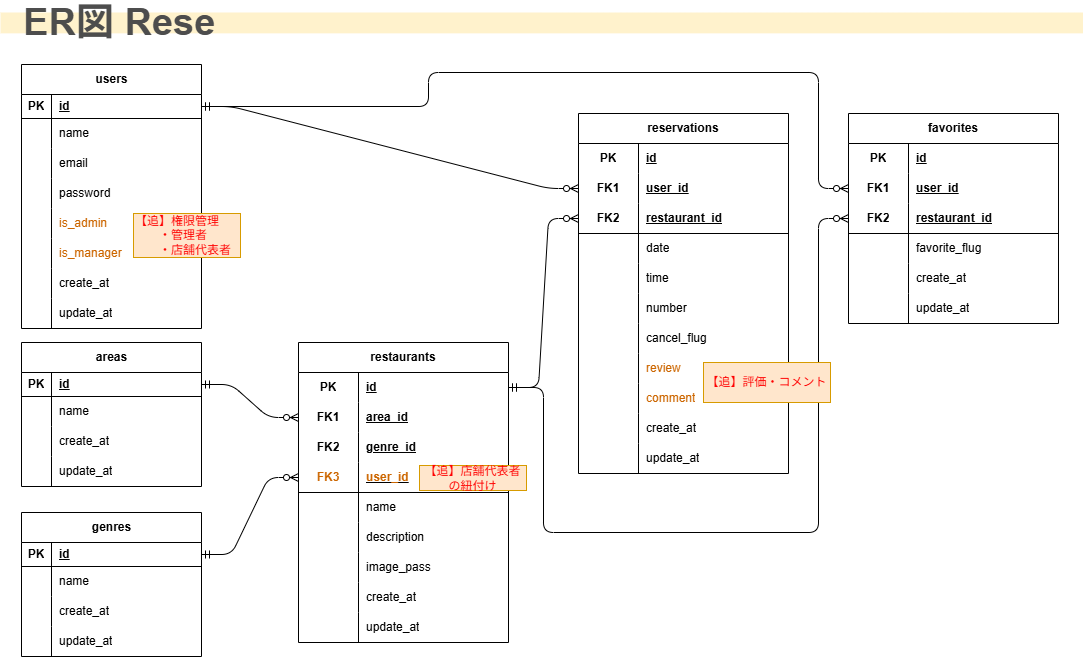
Above: ERD_Rese.drawio.png in subaru-tm/Rene (draw.io), before the change. Source tidied: cells renumbered, new cells last; positions are measured from the earlier drawing's top-left corner, leaving out a move shared by most shapes.
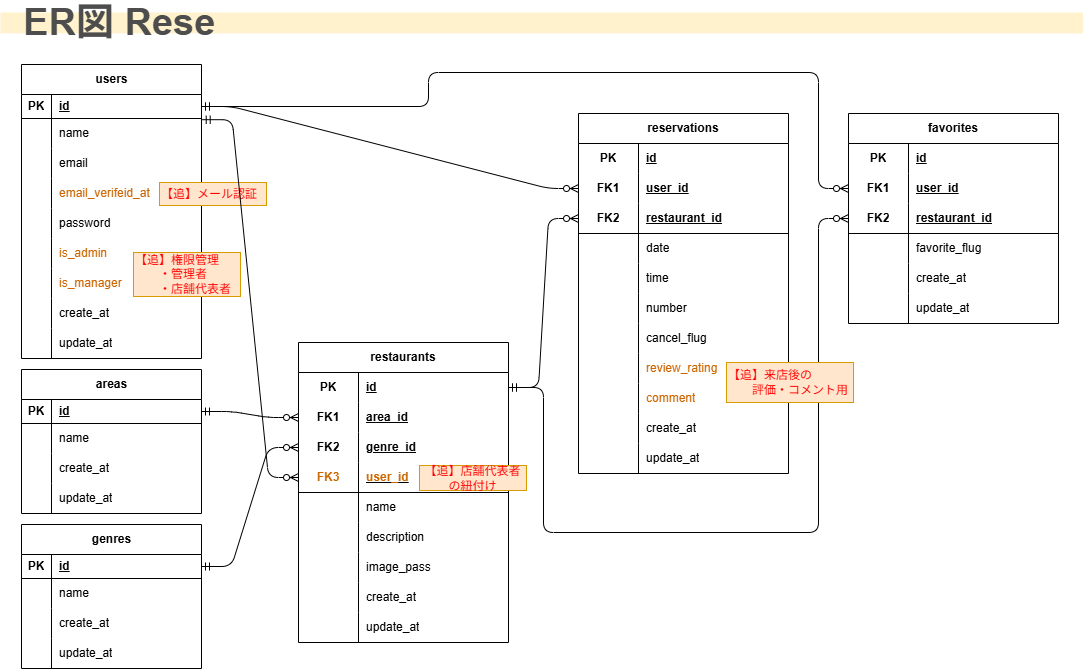
After the commit.

What changed in the source:
```diff
@@ -6,7 +6,7 @@
       <mxGeometry width="1083" height="20.8" as="geometry" />
     </mxCell>
     <mxCell id="3" value="users" style="shape=table;startSize=30;rowLines=0;fontStyle=1;align=center;html=1;fillColor=#FFFFFF;" parent="1" vertex="1">
-      <mxGeometry x="21" y="52" width="180" height="264" as="geometry" />
+      <mxGeometry x="21" y="52" width="180" height="294" as="geometry" />
     </mxCell>
     <mxCell id="4" style="shape=tableRow;horizontal=0;startSize=0;swimlaneHead=0;swimlaneBody=0;fillColor=none;points=[[0,0.5],[1,0.5]];portConstraint=eastwest;top=0;left=0;right=0;bottom=1;" parent="3" vertex="1">
       <mxGeometry y="30" width="180" height="24" as="geometry" />
@@ -35,8 +35,17 @@
     <mxCell id="12" value="email" style="shape=partialRectangle;fillColor=none;top=0;left=0;bottom=0;right=0;align=left;spacingLeft=6;overflow=hidden;whiteSpace=wrap;html=1;" parent="10" vertex="1">
       <mxGeometry x="30" width="150" height="30" as="geometry" />
     </mxCell>
+    <mxCell id="144" style="shape=tableRow;horizontal=0;startSize=0;swimlaneHead=0;swimlaneBody=0;fillColor=none;top=0;left=0;right=0;bottom=0;" parent="3" vertex="1">
+      <mxGeometry y="114" width="180" height="30" as="geometry" />
+    </mxCell>
+    <mxCell id="145" style="shape=partialRectangle;fillColor=none;top=0;left=0;bottom=0;right=0;overflow=hidden;whiteSpace=wrap;html=1;" parent="144" vertex="1">
+      <mxGeometry width="30" height="30" as="geometry" />
+    </mxCell>
+    <mxCell id="146" value="&lt;font style=&quot;color: rgb(204, 102, 0);&quot;&gt;email_verifeid_at&lt;/font&gt;" style="shape=partialRectangle;fillColor=none;top=0;left=0;bottom=0;right=0;align=left;spacingLeft=6;overflow=hidden;whiteSpace=wrap;html=1;" parent="144" vertex="1">
+      <mxGeometry x="30" width="150" height="30" as="geometry" />
+    </mxCell>
     <mxCell id="13" style="shape=tableRow;horizontal=0;startSize=0;swimlaneHead=0;swimlaneBody=0;fillColor=none;top=0;left=0;right=0;bottom=0;" parent="3" vertex="1">
-      <mxGeometry y="114" width="180" height="30" as="geometry" />
+      <mxGeometry y="144" width="180" height="30" as="geometry" />
     </mxCell>
     <mxCell id="14" style="shape=partialRectangle;fillColor=none;top=0;left=0;bottom=0;right=0;overflow=hidden;whiteSpace=wrap;html=1;" parent="13" vertex="1">
       <mxGeometry width="30" height="30" as="geometry" />
@@ -45,7 +54,7 @@
       <mxGeometry x="30" width="150" height="30" as="geometry" />
     </mxCell>
     <mxCell id="16" style="shape=tableRow;horizontal=0;startSize=0;swimlaneHead=0;swimlaneBody=0;fillColor=none;top=0;left=0;right=0;bottom=0;" parent="3" vertex="1">
-      <mxGeometry y="144" width="180" height="30" as="geometry" />
+      <mxGeometry y="174" width="180" height="30" as="geometry" />
     </mxCell>
     <mxCell id="17" style="shape=partialRectangle;fillColor=none;top=0;left=0;bottom=0;right=0;overflow=hidden;whiteSpace=wrap;html=1;" parent="16" vertex="1">
       <mxGeometry width="30" height="30" as="geometry" />
@@ -54,7 +63,7 @@
       <mxGeometry x="30" width="150" height="30" as="geometry" />
     </mxCell>
     <mxCell id="19" style="shape=tableRow;horizontal=0;startSize=0;swimlaneHead=0;swimlaneBody=0;fillColor=none;top=0;left=0;right=0;bottom=0;" parent="3" vertex="1">
-      <mxGeometry y="174" width="180" height="30" as="geometry" />
+      <mxGeometry y="204" width="180" height="30" as="geometry" />
     </mxCell>
     <mxCell id="20" style="shape=partialRectangle;fillColor=none;top=0;left=0;bottom=0;right=0;overflow=hidden;whiteSpace=wrap;html=1;" parent="19" vertex="1">
       <mxGeometry width="30" height="30" as="geometry" />
@@ -63,7 +72,7 @@
       <mxGeometry x="30" width="150" height="30" as="geometry" />
     </mxCell>
     <mxCell id="22" style="shape=tableRow;horizontal=0;startSize=0;swimlaneHead=0;swimlaneBody=0;fillColor=none;top=0;left=0;right=0;bottom=0;" parent="3" vertex="1">
-      <mxGeometry y="204" width="180" height="30" as="geometry" />
+      <mxGeometry y="234" width="180" height="30" as="geometry" />
     </mxCell>
     <mxCell id="23" style="shape=partialRectangle;fillColor=none;top=0;left=0;bottom=0;right=0;overflow=hidden;whiteSpace=wrap;html=1;" parent="22" vertex="1">
       <mxGeometry width="30" height="30" as="geometry" />
@@ -72,7 +81,7 @@
       <mxGeometry x="30" width="150" height="30" as="geometry" />
     </mxCell>
     <mxCell id="25" style="shape=tableRow;horizontal=0;startSize=0;swimlaneHead=0;swimlaneBody=0;fillColor=none;top=0;left=0;right=0;bottom=0;" parent="3" vertex="1">
-      <mxGeometry y="234" width="180" height="30" as="geometry" />
+      <mxGeometry y="264" width="180" height="30" as="geometry" />
     </mxCell>
     <mxCell id="26" style="shape=partialRectangle;fillColor=none;top=0;left=0;bottom=0;right=0;overflow=hidden;whiteSpace=wrap;html=1;" parent="25" vertex="1">
       <mxGeometry width="30" height="30" as="geometry" />
@@ -165,7 +174,7 @@
       <mxGeometry x="60" width="150" height="30" as="geometry" />
     </mxCell>
     <mxCell id="56" value="areas" style="shape=table;startSize=30;rowLines=0;fontStyle=1;align=center;html=1;fillColor=#FFFFFF;" parent="1" vertex="1">
-      <mxGeometry x="21" y="330" width="180" height="144" as="geometry" />
+      <mxGeometry x="21" y="357" width="180" height="144" as="geometry" />
     </mxCell>
     <mxCell id="57" style="shape=tableRow;horizontal=0;startSize=0;swimlaneHead=0;swimlaneBody=0;fillColor=none;points=[[0,0.5],[1,0.5]];portConstraint=eastwest;top=0;left=0;right=0;bottom=1;" parent="56" vertex="1">
       <mxGeometry y="30" width="180" height="24" as="geometry" />
@@ -204,7 +213,7 @@
       <mxGeometry x="30" width="150" height="30" as="geometry" />
     </mxCell>
     <mxCell id="69" value="genres" style="shape=table;startSize=30;rowLines=0;fontStyle=1;align=center;html=1;fillColor=#FFFFFF;" parent="1" vertex="1">
-      <mxGeometry x="21" y="500" width="180" height="144" as="geometry" />
+      <mxGeometry x="21" y="512" width="180" height="144" as="geometry" />
     </mxCell>
     <mxCell id="70" style="shape=tableRow;horizontal=0;startSize=0;swimlaneHead=0;swimlaneBody=0;fillColor=none;points=[[0,0.5],[1,0.5]];portConstraint=eastwest;top=0;left=0;right=0;bottom=1;" parent="69" vertex="1">
       <mxGeometry y="30" width="180" height="24" as="geometry" />
@@ -245,7 +254,7 @@
     <mxCell id="82" style="edgeStyle=entityRelationEdgeStyle;fontSize=12;html=1;endArrow=ERzeroToMany;startArrow=ERmandOne;entryX=0;entryY=0.5;entryDx=0;entryDy=0;exitX=1;exitY=0.5;exitDx=0;exitDy=0;" parent="1" edge="1" source="57" target="32">
       <mxGeometry relative="1" as="geometry" />
     </mxCell>
-    <mxCell id="83" style="edgeStyle=entityRelationEdgeStyle;fontSize=12;html=1;endArrow=ERzeroToMany;startArrow=ERmandOne;entryX=0;entryY=0.5;entryDx=0;entryDy=0;exitX=1;exitY=0.5;exitDx=0;exitDy=0;" parent="1" edge="1" source="70" target="38">
+    <mxCell id="83" style="edgeStyle=entityRelationEdgeStyle;fontSize=12;html=1;endArrow=ERzeroToMany;startArrow=ERmandOne;entryX=0;entryY=0.5;entryDx=0;entryDy=0;exitX=1;exitY=0.5;exitDx=0;exitDy=0;" parent="1" edge="1" source="70" target="35">
       <mxGeometry relative="1" as="geometry" />
     </mxCell>
     <mxCell id="84" value="reservations" style="shape=table;startSize=30;rowLines=0;fontStyle=1;align=center;html=1;whiteSpace=wrap;fillColor=#FFFFFF;" parent="1" vertex="1">
@@ -320,7 +329,7 @@
     <mxCell id="107" style="shape=partialRectangle;fillColor=none;top=0;left=0;bottom=0;right=0;overflow=hidden;html=1;whiteSpace=wrap;" parent="106" vertex="1">
       <mxGeometry width="60" height="30" as="geometry" />
     </mxCell>
-    <mxCell id="108" value="&lt;font style=&quot;color: rgb(204, 102, 0);&quot;&gt;review&lt;/font&gt;" style="shape=partialRectangle;fillColor=none;top=0;left=0;bottom=0;right=0;align=left;spacingLeft=6;overflow=hidden;html=1;whiteSpace=wrap;" parent="106" vertex="1">
+    <mxCell id="108" value="&lt;font style=&quot;color: rgb(204, 102, 0);&quot;&gt;review_rating&lt;/font&gt;" style="shape=partialRectangle;fillColor=none;top=0;left=0;bottom=0;right=0;align=left;spacingLeft=6;overflow=hidden;html=1;whiteSpace=wrap;" parent="106" vertex="1">
       <mxGeometry x="60" width="150" height="30" as="geometry" />
     </mxCell>
     <mxCell id="109" style="shape=tableRow;horizontal=0;startSize=0;swimlaneHead=0;swimlaneBody=0;fillColor=none;top=0;left=0;right=0;bottom=0;html=1;" parent="84" vertex="1">
@@ -434,13 +443,19 @@
       </mxGeometry>
     </mxCell>
     <mxCell id="141" value="&lt;font style=&quot;color: rgb(255, 0, 0);&quot;&gt;【追】権限管理&lt;/font&gt;&lt;div&gt;&lt;font style=&quot;color: rgb(255, 0, 0);&quot;&gt;　　・管理者&lt;/font&gt;&lt;/div&gt;&lt;div&gt;&lt;font style=&quot;color: rgb(255, 0, 0);&quot;&gt;　　・店舗代表者&lt;/font&gt;&lt;/div&gt;" style="text;strokeColor=#d79b00;align=left;fillColor=#ffe6cc;html=1;verticalAlign=middle;whiteSpace=wrap;rounded=0;" parent="1" vertex="1">
-      <mxGeometry x="133" y="201" width="107" height="44" as="geometry" />
+      <mxGeometry x="133" y="240" width="107" height="44" as="geometry" />
     </mxCell>
     <mxCell id="142" value="&lt;font style=&quot;color: rgb(255, 0, 0);&quot;&gt;【追】店舗代表者&lt;/font&gt;&lt;div&gt;&lt;font style=&quot;color: rgb(255, 0, 0);&quot;&gt;の紐付け&lt;/font&gt;&lt;/div&gt;" style="text;strokeColor=#d79b00;align=center;fillColor=#ffe6cc;html=1;verticalAlign=middle;whiteSpace=wrap;rounded=0;" parent="1" vertex="1">
       <mxGeometry x="419" y="453" width="107" height="25" as="geometry" />
     </mxCell>
-    <mxCell id="143" value="&lt;font style=&quot;color: rgb(255, 0, 0);&quot;&gt;【追】評価・コメント&lt;/font&gt;" style="text;strokeColor=#d79b00;align=center;fillColor=#ffe6cc;html=1;verticalAlign=middle;whiteSpace=wrap;rounded=0;" parent="1" vertex="1">
-      <mxGeometry x="703" y="350" width="127" height="40" as="geometry" />
+    <mxCell id="143" value="&lt;font style=&quot;color: rgb(255, 0, 0);&quot;&gt;【追】来店後の&lt;br&gt;　　評価・コメント用&lt;/font&gt;" style="text;strokeColor=#d79b00;align=left;fillColor=#ffe6cc;html=1;verticalAlign=middle;whiteSpace=wrap;rounded=0;" parent="1" vertex="1">
+      <mxGeometry x="726" y="350" width="127" height="40" as="geometry" />
     </mxCell>
+    <mxCell id="147" value="&lt;font style=&quot;color: rgb(255, 0, 0);&quot;&gt;【追】メール認証&lt;/font&gt;" style="text;strokeColor=#d79b00;align=left;fillColor=#ffe6cc;html=1;verticalAlign=middle;whiteSpace=wrap;rounded=0;" parent="1" vertex="1">
+      <mxGeometry x="159" y="170" width="107" height="23" as="geometry" />
+    </mxCell>
+    <mxCell id="148" style="edgeStyle=entityRelationEdgeStyle;fontSize=12;html=1;endArrow=ERzeroToMany;startArrow=ERmandOne;entryX=0;entryY=0.5;entryDx=0;entryDy=0;exitX=1.004;exitY=0.04;exitDx=0;exitDy=0;exitPerimeter=0;" parent="1" edge="1" source="7" target="38">
+      <mxGeometry relative="1" as="geometry" />
+    </mxCell>
   </root>
 </mxGraphModel>
```
